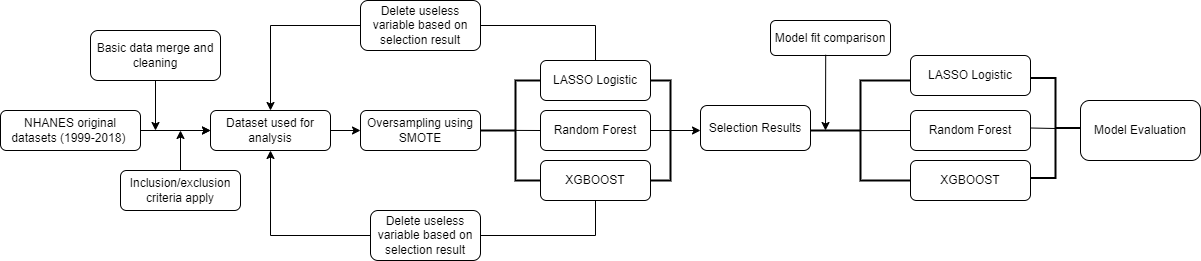
The draw.io diagram Results/Flowchart.drawio.png in xuetao666/625_Group5, before a commit. Source tidied: cells renumbered, new cells last; positions are measured from the earlier drawing's top-left corner, leaving out a move shared by most shapes.
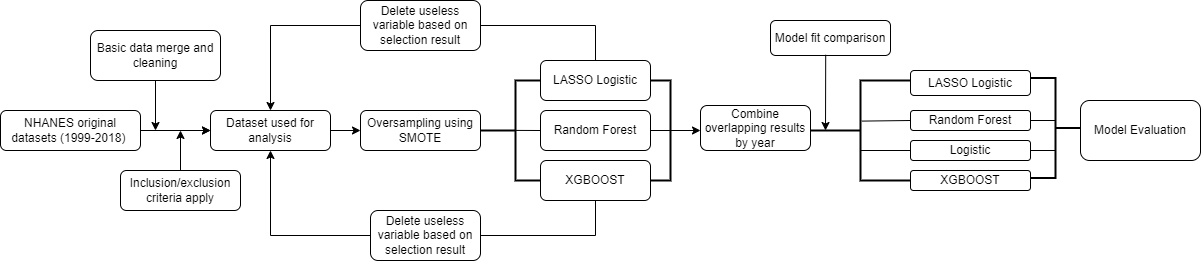
Later version of the same file.

Diff of the diagram source:
```diff
@@ -48,7 +48,7 @@
     <mxCell id="15" style="strokeWidth=2;html=1;shape=mxgraph.flowchart.annotation_1;align=left;rotation=-180;" parent="1" vertex="1">
       <mxGeometry x="650" y="80" width="20" height="100" as="geometry" />
     </mxCell>
-    <mxCell id="16" value="Selection Results" style="rounded=1;whiteSpace=wrap;html=1;" parent="1" vertex="1">
+    <mxCell id="16" value="Combine overlapping results by year" style="rounded=1;whiteSpace=wrap;html=1;" parent="1" vertex="1">
       <mxGeometry x="700" y="105" width="110" height="45" as="geometry" />
     </mxCell>
     <mxCell id="17" value="Delete useless variable based on selection result" style="rounded=1;whiteSpace=wrap;html=1;" parent="1" vertex="1">
@@ -94,23 +94,24 @@
       <mxGeometry x="810" y="80" width="100" height="100" as="geometry" />
     </mxCell>
     <mxCell id="25" value="LASSO Logistic" style="rounded=1;whiteSpace=wrap;html=1;" parent="1" vertex="1">
-      <mxGeometry x="910" y="55" width="120" height="40" as="geometry" />
+      <mxGeometry x="910" y="70" width="120" height="25" as="geometry" />
     </mxCell>
     <mxCell id="26" value="Random Forest" style="rounded=1;whiteSpace=wrap;html=1;" parent="1" vertex="1">
-      <mxGeometry x="910" y="110" width="120" height="40" as="geometry" />
+      <mxGeometry x="910" y="110" width="120" height="20" as="geometry" />
     </mxCell>
     <mxCell id="27" value="XGBOOST" style="rounded=1;whiteSpace=wrap;html=1;" parent="1" vertex="1">
-      <mxGeometry x="910" y="160" width="120" height="40" as="geometry" />
+      <mxGeometry x="910" y="170" width="120" height="20" as="geometry" />
     </mxCell>
     <mxCell id="28" style="strokeWidth=2;html=1;shape=mxgraph.flowchart.annotation_2;align=left;labelPosition=right;direction=west;" parent="1" vertex="1">
       <mxGeometry x="1030" y="77.5" width="50" height="100" as="geometry" />
     </mxCell>
-    <mxCell id="29" style="endArrow=none;html=1;rounded=0;exitX=0;exitY=0.5;exitDx=0;exitDy=0;entryX=0.483;entryY=0.501;entryDx=0;entryDy=0;entryPerimeter=0;" parent="1" edge="1" source="26" target="24">
+    <mxCell id="29" style="endArrow=none;html=1;rounded=0;exitX=0;exitY=0.5;exitDx=0;exitDy=0;entryX=0.513;entryY=0.406;entryDx=0;entryDy=0;entryPerimeter=0;" parent="1" edge="1" source="26" target="24">
       <mxGeometry relative="1" as="geometry" />
     </mxCell>
-    <mxCell id="30" style="endArrow=none;html=1;rounded=0;exitX=1;exitY=0.5;exitDx=0;exitDy=0;exitPerimeter=0;" parent="1" edge="1" source="28">
+    <mxCell id="30" style="endArrow=none;html=1;rounded=0;" parent="1" edge="1">
       <mxGeometry relative="1" as="geometry">
-        <mxPoint x="1055" y="128" as="targetPoint" />
+        <mxPoint x="1030" y="120" as="sourcePoint" />
+        <mxPoint x="1055" y="120" as="targetPoint" />
       </mxGeometry>
     </mxCell>
     <mxCell id="31" value="Model fit comparison" style="rounded=1;whiteSpace=wrap;html=1;" parent="1" vertex="1">
@@ -133,5 +134,19 @@
     <mxCell id="36" style="endArrow=none;html=1;rounded=0;exitX=0;exitY=0.5;exitDx=0;exitDy=0;exitPerimeter=0;entryX=1;entryY=0.5;entryDx=0;entryDy=0;" parent="1" edge="1" source="15" target="34">
       <mxGeometry relative="1" as="geometry" />
     </mxCell>
+    <mxCell id="37" value="Logistic" style="rounded=1;whiteSpace=wrap;html=1;" parent="1" vertex="1">
+      <mxGeometry x="910" y="140" width="120" height="20" as="geometry" />
+    </mxCell>
+    <mxCell id="38" style="endArrow=none;html=1;rounded=0;" parent="1" edge="1">
+      <mxGeometry relative="1" as="geometry">
+        <mxPoint x="910" y="150" as="sourcePoint" />
+        <mxPoint x="860" y="150" as="targetPoint" />
+      </mxGeometry>
+    </mxCell>
+    <mxCell id="39" style="endArrow=none;html=1;rounded=0;exitX=1;exitY=0.5;exitDx=0;exitDy=0;" parent="1" edge="1" source="37">
+      <mxGeometry relative="1" as="geometry">
+        <mxPoint x="1055" y="150" as="targetPoint" />
+      </mxGeometry>
+    </mxCell>
   </root>
 </mxGraphModel>
```
